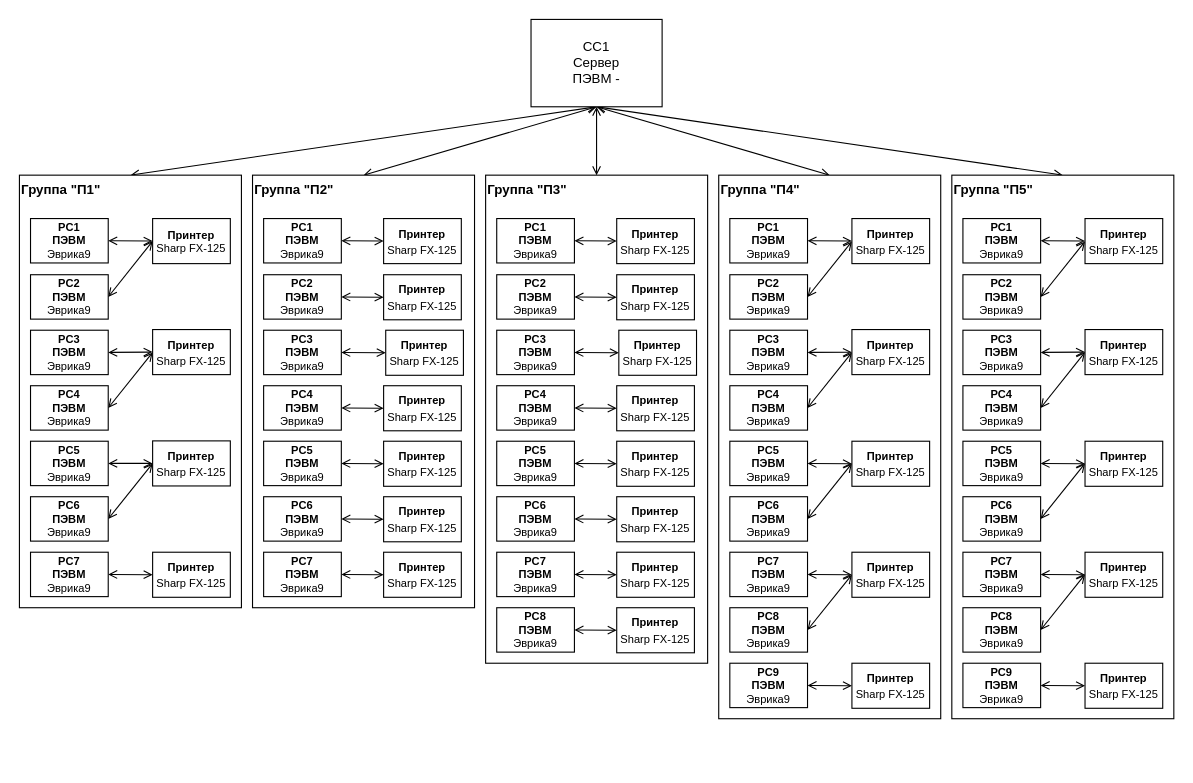
This is lab1/report/_docs/Рисунок7-1ЛогическаяСтруктураТСАСОИ.drawio from BrSTU-PO4-190333/6sem_YITPiIM, a draw.io file, before an edit. Source tidied: cells renumbered, new cells numbered last; positions are measured from the earlier drawing's top-left corner, leaving out a move shared by most shapes. Both pictures are drawn from the tidied source at 111%, with x=0, y=0 at pixel (19, 19).
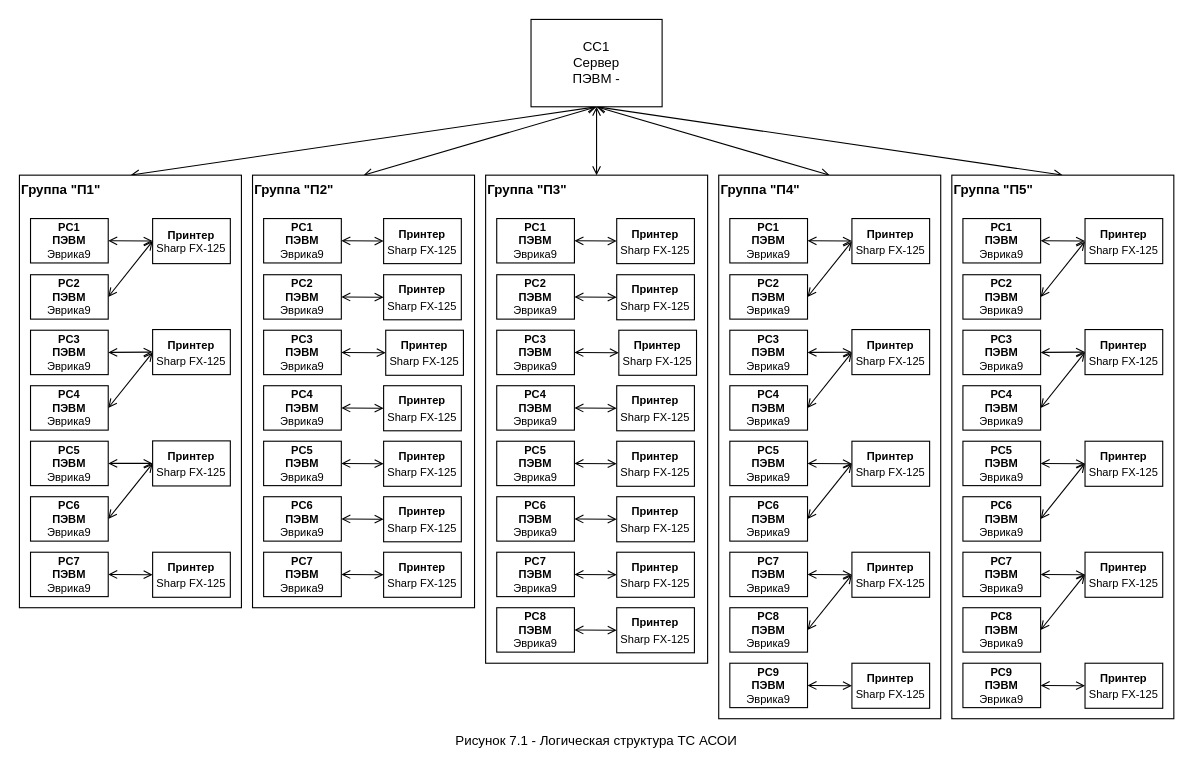
After the change.

Diff of the diagram source:
```diff
@@
+    <mxCell id="122" value="Рисунок 7.1 - Логическая структура ТС АСОИ" style="rounded=0;whiteSpace=wrap;html=1;fillColor=none;strokeColor=none;" parent="1" vertex="1">
+      <mxGeometry y="630" width="1040" height="40" as="geometry" />
+    </mxCell>
```
